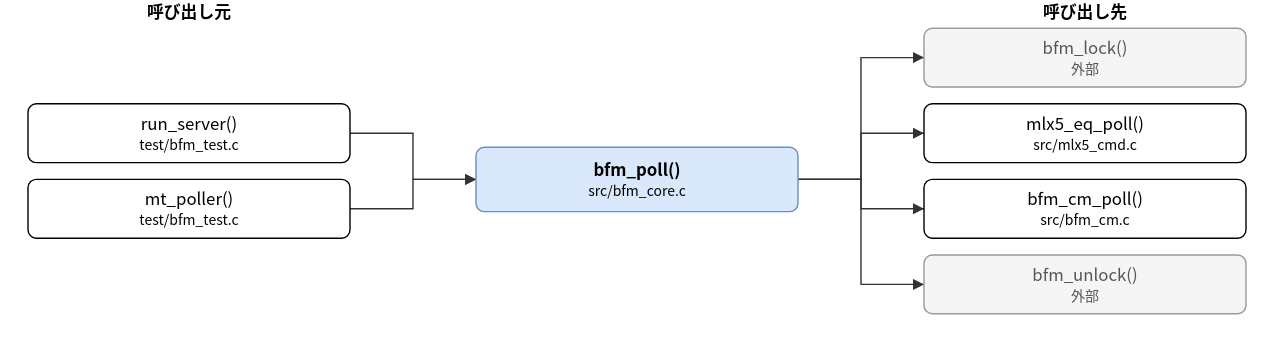
This is doc/spec/images/call_src_bfm_core-bfm_poll.drawio.svg from hf355051012-ai/bfmem, a draw.io export, as it was before one commit. Source tidied: cells renumbered, new cells last; positions are measured from the earlier drawing's top-left corner, leaving out a move shared by most shapes. Its diagram source:
```xml
<mxGraphModel>
  <root>
    <mxCell id="0" />
    <mxCell id="1" parent="0" />
    <mxCell id="2" value="bfm_poll()&lt;br&gt;&lt;font style=&quot;font-size:10px&quot;&gt;src/bfm_core.c&lt;/font&gt;" style="rounded=1;whiteSpace=wrap;html=1;fillColor=#dae8fc;strokeColor=#6c8ebf;fontStyle=1;" parent="1" vertex="1">
      <mxGeometry x="320" y="105" width="230" height="46" as="geometry" />
    </mxCell>
    <mxCell id="3" value="run_server()&lt;br&gt;&lt;font style=&quot;font-size:10px&quot;&gt;test/bfm_test.c&lt;/font&gt;" style="rounded=1;whiteSpace=wrap;html=1;" parent="1" vertex="1">
      <mxGeometry y="74" width="230" height="42" as="geometry" />
    </mxCell>
    <mxCell id="4" value="mt_poller()&lt;br&gt;&lt;font style=&quot;font-size:10px&quot;&gt;test/bfm_test.c&lt;/font&gt;" style="rounded=1;whiteSpace=wrap;html=1;" parent="1" vertex="1">
      <mxGeometry y="128" width="230" height="42" as="geometry" />
    </mxCell>
    <mxCell id="5" value="bfm_lock()&lt;br&gt;&lt;font style=&quot;font-size:10px&quot;&gt;外部&lt;/font&gt;" style="rounded=1;whiteSpace=wrap;html=1;fillColor=#f5f5f5;strokeColor=#999999;fontColor=#555555;" parent="1" vertex="1">
      <mxGeometry x="640" y="20" width="230" height="42" as="geometry" />
    </mxCell>
    <mxCell id="6" value="mlx5_eq_poll()&lt;br&gt;&lt;font style=&quot;font-size:10px&quot;&gt;src/mlx5_cmd.c&lt;/font&gt;" style="rounded=1;whiteSpace=wrap;html=1;" parent="1" vertex="1">
      <mxGeometry x="640" y="74" width="230" height="42" as="geometry" />
    </mxCell>
    <mxCell id="7" value="bfm_cm_poll()&lt;br&gt;&lt;font style=&quot;font-size:10px&quot;&gt;src/bfm_cm.c&lt;/font&gt;" style="rounded=1;whiteSpace=wrap;html=1;" parent="1" vertex="1">
      <mxGeometry x="640" y="128" width="230" height="42" as="geometry" />
    </mxCell>
    <mxCell id="8" value="bfm_unlock()&lt;br&gt;&lt;font style=&quot;font-size:10px&quot;&gt;外部&lt;/font&gt;" style="rounded=1;whiteSpace=wrap;html=1;fillColor=#f5f5f5;strokeColor=#999999;fontColor=#555555;" parent="1" vertex="1">
      <mxGeometry x="640" y="182" width="230" height="42" as="geometry" />
    </mxCell>
    <mxCell id="9" style="edgeStyle=none;html=1;rounded=0;endArrow=block;endFill=1;exitX=1.0000;exitY=0.5000;exitDx=0;exitDy=0;exitPerimeter=0;entryX=0.0000;entryY=0.5000;entryDx=0;entryDy=0;entryPerimeter=0;" parent="1" edge="1" source="3" target="2">
      <mxGeometry relative="1" as="geometry">
        <Array as="points">
          <mxPoint x="275" y="95" />
          <mxPoint x="275" y="128" />
        </Array>
      </mxGeometry>
    </mxCell>
    <mxCell id="10" style="edgeStyle=none;html=1;rounded=0;endArrow=block;endFill=1;exitX=1.0000;exitY=0.5000;exitDx=0;exitDy=0;exitPerimeter=0;entryX=0.0000;entryY=0.5000;entryDx=0;entryDy=0;entryPerimeter=0;" parent="1" edge="1" source="4" target="2">
      <mxGeometry relative="1" as="geometry">
        <Array as="points">
          <mxPoint x="275" y="149" />
          <mxPoint x="275" y="128" />
        </Array>
      </mxGeometry>
    </mxCell>
    <mxCell id="11" style="edgeStyle=none;html=1;rounded=0;endArrow=block;endFill=1;exitX=1.0000;exitY=0.5000;exitDx=0;exitDy=0;exitPerimeter=0;entryX=0.0000;entryY=0.5000;entryDx=0;entryDy=0;entryPerimeter=0;" parent="1" edge="1" source="2" target="5">
      <mxGeometry relative="1" as="geometry">
        <Array as="points">
          <mxPoint x="595" y="128" />
          <mxPoint x="595" y="41" />
        </Array>
      </mxGeometry>
    </mxCell>
    <mxCell id="12" style="edgeStyle=none;html=1;rounded=0;endArrow=block;endFill=1;exitX=1.0000;exitY=0.5000;exitDx=0;exitDy=0;exitPerimeter=0;entryX=0.0000;entryY=0.5000;entryDx=0;entryDy=0;entryPerimeter=0;" parent="1" edge="1" source="2" target="6">
      <mxGeometry relative="1" as="geometry">
        <Array as="points">
          <mxPoint x="595" y="128" />
          <mxPoint x="595" y="95" />
        </Array>
      </mxGeometry>
    </mxCell>
    <mxCell id="13" style="edgeStyle=none;html=1;rounded=0;endArrow=block;endFill=1;exitX=1.0000;exitY=0.5000;exitDx=0;exitDy=0;exitPerimeter=0;entryX=0.0000;entryY=0.5000;entryDx=0;entryDy=0;entryPerimeter=0;" parent="1" edge="1" source="2" target="7">
      <mxGeometry relative="1" as="geometry">
        <Array as="points">
          <mxPoint x="595" y="128" />
          <mxPoint x="595" y="149" />
        </Array>
      </mxGeometry>
    </mxCell>
    <mxCell id="14" style="edgeStyle=none;html=1;rounded=0;endArrow=block;endFill=1;exitX=1.0000;exitY=0.5000;exitDx=0;exitDy=0;exitPerimeter=0;entryX=0.0000;entryY=0.5000;entryDx=0;entryDy=0;entryPerimeter=0;" parent="1" edge="1" source="2" target="8">
      <mxGeometry relative="1" as="geometry">
        <Array as="points">
          <mxPoint x="595" y="128" />
          <mxPoint x="595" y="203" />
        </Array>
      </mxGeometry>
    </mxCell>
    <mxCell id="15" value="呼び出し元" style="text;html=1;align=center;fontStyle=1;" parent="1" vertex="1">
      <mxGeometry x="35" width="160" height="18" as="geometry" />
    </mxCell>
    <mxCell id="16" value="呼び出し先" style="text;html=1;align=center;fontStyle=1;" parent="1" vertex="1">
      <mxGeometry x="675" width="160" height="18" as="geometry" />
    </mxCell>
  </root>
</mxGraphModel>
```
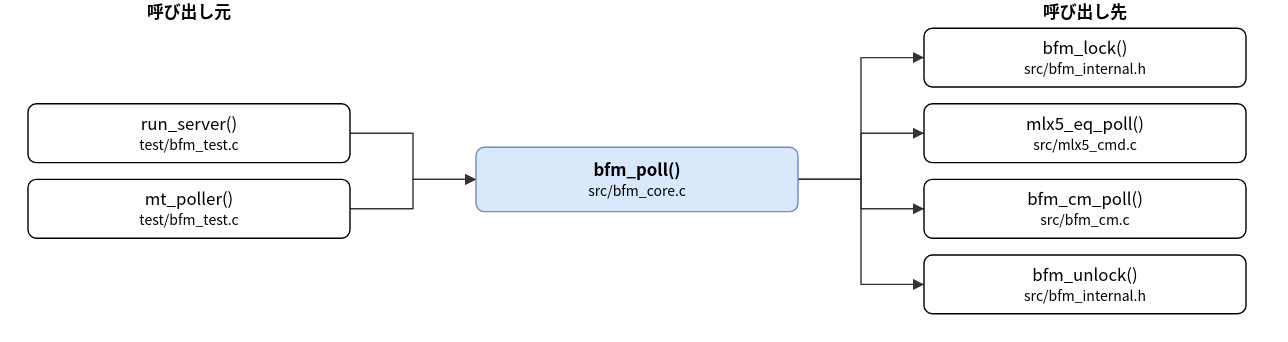
Later version of the same file.

Diff of the diagram source:
```diff
@@ -11,7 +11,7 @@
     <mxCell id="4" value="mt_poller()&lt;br&gt;&lt;font style=&quot;font-size:10px&quot;&gt;test/bfm_test.c&lt;/font&gt;" style="rounded=1;whiteSpace=wrap;html=1;" parent="1" vertex="1">
       <mxGeometry y="128" width="230" height="42" as="geometry" />
     </mxCell>
-    <mxCell id="5" value="bfm_lock()&lt;br&gt;&lt;font style=&quot;font-size:10px&quot;&gt;外部&lt;/font&gt;" style="rounded=1;whiteSpace=wrap;html=1;fillColor=#f5f5f5;strokeColor=#999999;fontColor=#555555;" parent="1" vertex="1">
+    <mxCell id="5" value="bfm_lock()&lt;br&gt;&lt;font style=&quot;font-size:10px&quot;&gt;src/bfm_internal.h&lt;/font&gt;" style="rounded=1;whiteSpace=wrap;html=1;" parent="1" vertex="1">
       <mxGeometry x="640" y="20" width="230" height="42" as="geometry" />
     </mxCell>
     <mxCell id="6" value="mlx5_eq_poll()&lt;br&gt;&lt;font style=&quot;font-size:10px&quot;&gt;src/mlx5_cmd.c&lt;/font&gt;" style="rounded=1;whiteSpace=wrap;html=1;" parent="1" vertex="1">
@@ -20,7 +20,7 @@
     <mxCell id="7" value="bfm_cm_poll()&lt;br&gt;&lt;font style=&quot;font-size:10px&quot;&gt;src/bfm_cm.c&lt;/font&gt;" style="rounded=1;whiteSpace=wrap;html=1;" parent="1" vertex="1">
       <mxGeometry x="640" y="128" width="230" height="42" as="geometry" />
     </mxCell>
-    <mxCell id="8" value="bfm_unlock()&lt;br&gt;&lt;font style=&quot;font-size:10px&quot;&gt;外部&lt;/font&gt;" style="rounded=1;whiteSpace=wrap;html=1;fillColor=#f5f5f5;strokeColor=#999999;fontColor=#555555;" parent="1" vertex="1">
+    <mxCell id="8" value="bfm_unlock()&lt;br&gt;&lt;font style=&quot;font-size:10px&quot;&gt;src/bfm_internal.h&lt;/font&gt;" style="rounded=1;whiteSpace=wrap;html=1;" parent="1" vertex="1">
       <mxGeometry x="640" y="182" width="230" height="42" as="geometry" />
     </mxCell>
     <mxCell id="9" style="edgeStyle=none;html=1;rounded=0;endArrow=block;endFill=1;exitX=1.0000;exitY=0.5000;exitDx=0;exitDy=0;exitPerimeter=0;entryX=0.0000;entryY=0.5000;entryDx=0;entryDy=0;entryPerimeter=0;" parent="1" edge="1" source="3" target="2">
```
